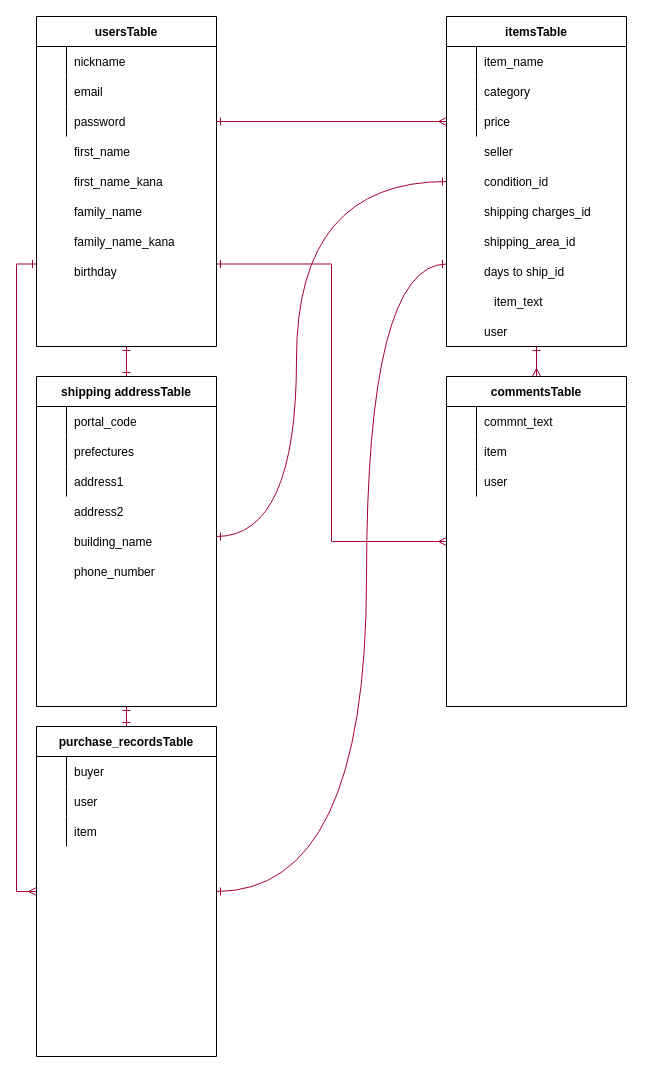
Before: furima.dio in airatwn/furima-35426, a draw.io diagram. Source tidied: cells renumbered, new cells numbered last; positions are measured from the earlier drawing's top-left corner, leaving out a move shared by most shapes. Both pictures are drawn from the tidied source at 100%, with x=0, y=0 at pixel (36, 16).
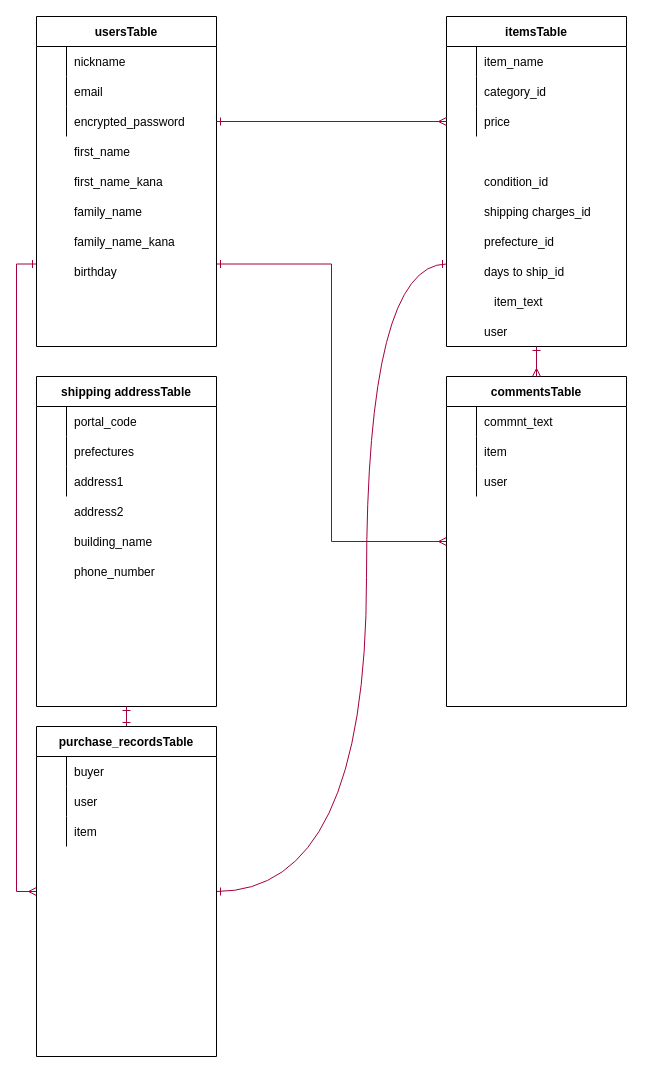
After the change.

Commit message (it also covers changes not shown here):
不要な記述を削除

The change refers to these unchanged cells:
```xml
<mxCell id="4" value="usersTable" style="shape=table;startSize=30;childLayout=tableLayout;rowLines=0;fontStyle=1;align=center;" parent="1" vertex="1">
  <mxGeometry width="180" height="330" as="geometry" />
</mxCell>
<mxCell id="11" style="shape=partialRectangle;fillColor=none;top=0;left=0;bottom=0;right=0;points=[[0,0.5],[1,0.5]];portConstraint=eastwest;" parent="4" vertex="1">
  <mxGeometry y="90" width="180" height="30" as="geometry" />
</mxCell>
<mxCell id="17" style="group;" parent="1" vertex="1">
  <mxGeometry x="410" width="180" height="330" as="geometry" />
</mxCell>
<mxCell id="18" value="itemsTable" style="shape=table;startSize=30;childLayout=tableLayout;rowLines=0;fontStyle=1;align=center;" parent="17" vertex="1">
  <mxGeometry width="180" height="330" as="geometry" />
</mxCell>
<mxCell id="22" style="shape=partialRectangle;fillColor=none;top=0;left=0;bottom=0;right=0;" parent="18" vertex="1">
  <mxGeometry y="60" width="180" height="30" as="geometry" />
</mxCell>
<mxCell id="36" value="shipping addressTable" style="shape=table;startSize=30;childLayout=tableLayout;rowLines=0;fontStyle=1;align=center;" parent="35" vertex="1">
  <mxGeometry width="180" height="330" as="geometry" />
</mxCell>
```

Change to the diagram source:
```diff
@@
-    <mxCell id="13" value="password" style="shape=partialRectangle;fillColor=none;top=0;left=0;bottom=0;right=0;align=left;spacingLeft=6;overflow=hidden;" parent="11" vertex="1">
+    <mxCell id="13" value="encrypted_password" style="shape=partialRectangle;fillColor=none;top=0;left=0;bottom=0;right=0;align=left;spacingLeft=6;overflow=hidden;" parent="11" vertex="1">
       <mxGeometry x="30" width="150" height="30" as="geometry" />
     </mxCell>
@@
-    <mxCell id="24" value="category" style="shape=partialRectangle;fillColor=none;top=0;left=0;bottom=0;right=0;align=left;spacingLeft=6;overflow=hidden;" parent="22" vertex="1">
+    <mxCell id="24" value="category_id" style="shape=partialRectangle;fillColor=none;top=0;left=0;bottom=0;right=0;align=left;spacingLeft=6;overflow=hidden;" parent="22" vertex="1">
       <mxGeometry x="30" width="150" height="30" as="geometry" />
     </mxCell>
@@
-    <mxCell id="28" value="seller" style="shape=partialRectangle;fillColor=none;top=0;left=0;bottom=0;right=0;align=left;spacingLeft=6;overflow=hidden;" parent="17" vertex="1">
-      <mxGeometry x="30" y="120" width="150" height="30" as="geometry" />
-    </mxCell>
@@
-    <mxCell id="33" value="shipping_area_id" style="shape=partialRectangle;fillColor=none;top=0;left=0;bottom=0;right=0;align=left;spacingLeft=6;overflow=hidden;" parent="17" vertex="1">
+    <mxCell id="33" value="prefecture_id" style="shape=partialRectangle;fillColor=none;top=0;left=0;bottom=0;right=0;align=left;spacingLeft=6;overflow=hidden;" parent="17" vertex="1">
       <mxGeometry x="30" y="210" width="150" height="30" as="geometry" />
     </mxCell>
@@
-    <mxCell id="62" style="edgeStyle=orthogonalEdgeStyle;rounded=0;jettySize=auto;html=1;exitX=0.5;exitY=0;exitDx=0;exitDy=0;entryX=0.5;entryY=1;entryDx=0;entryDy=0;startArrow=ERone;startFill=0;endArrow=ERone;endFill=0;strokeWidth=1;fillColor=#d80073;strokeColor=#A50040;" parent="1" edge="1" source="36" target="4">
-      <mxGeometry relative="1" as="geometry" />
-    </mxCell>
@@
-    <mxCell id="77" style="edgeStyle=orthogonalEdgeStyle;curved=1;jettySize=auto;html=1;exitX=0;exitY=0.5;exitDx=0;exitDy=0;startArrow=ERone;startFill=0;endArrow=ERone;endFill=0;strokeWidth=1;fillColor=#d80073;strokeColor=#A50040;" parent="1" edge="1" source="18">
-      <mxGeometry relative="1" as="geometry">
-        <mxPoint x="180" y="520" as="targetPoint" />
-        <Array as="points">
-          <mxPoint x="260" y="165" />
-          <mxPoint x="260" y="520" />
-        </Array>
-      </mxGeometry>
-    </mxCell>
```
